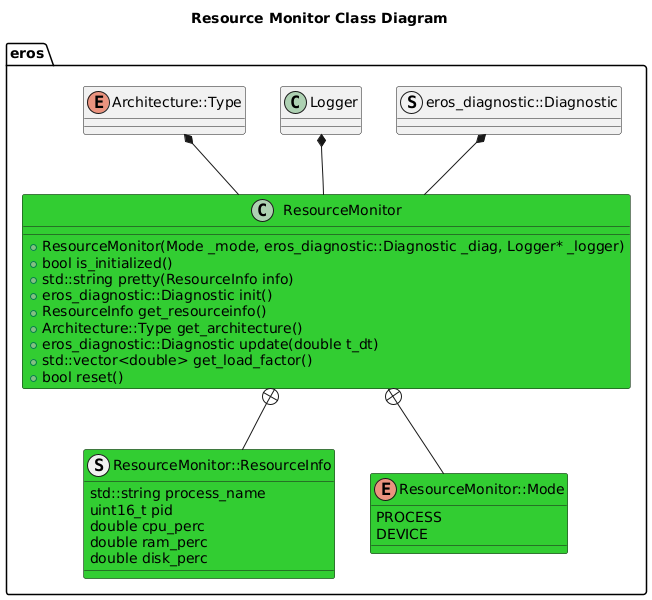
Above: include/eros/doc/output/ResourceMonitorClassDiagram.png in dgitz/eros (PlantUML), before the change. Its diagram source:
```plantuml
@startuml
title Resource Monitor Class Diagram
package eros {

    struct ResourceMonitor::ResourceInfo
    enum ResourceMonitor::Mode
    together {
        struct eros_diagnostic::Diagnostic
        class Logger
        enum Architecture::Type
    }
    ResourceMonitor +-- ResourceMonitor::ResourceInfo
    ResourceMonitor +-- ResourceMonitor::Mode
    Logger *-- ResourceMonitor
    Architecture::Type *-- ResourceMonitor
    eros_diagnostic::Diagnostic *-- ResourceMonitor
    struct ResourceMonitor::ResourceInfo #LimeGreen {
        std::string process_name
        uint16_t pid
        double cpu_perc
        double ram_perc
        double disk_perc
    }
    enum ResourceMonitor::Mode #LimeGreen {
        PROCESS
        DEVICE
    }
    class ResourceMonitor #LimeGreen {
        +ResourceMonitor(Mode _mode, eros_diagnostic::Diagnostic _diag, Logger* _logger)
        +bool is_initialized()
        +std::string pretty(ResourceInfo info)
        +eros_diagnostic::Diagnostic init()
        +ResourceInfo get_resourceinfo()
        +Architecture::Type get_architecture()
        +eros_diagnostic::Diagnostic update(double t_dt)
        +std::vector<double> get_load_factor()
        +bool reset()

    }
}
@enduml
```
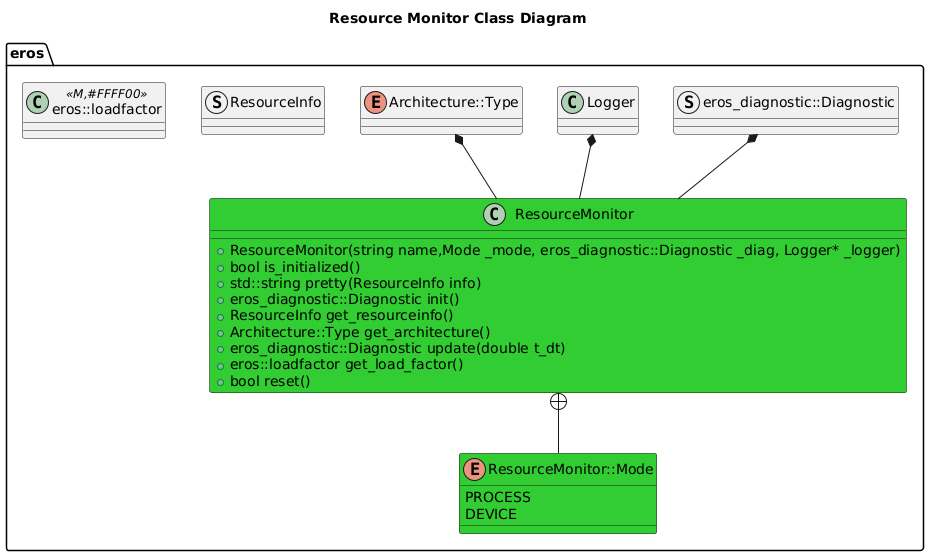
The same diagram one commit later.

Diff of the diagram source:
```diff
@@ -2,38 +2,32 @@
 title Resource Monitor Class Diagram
 package eros {
 
-    struct ResourceMonitor::ResourceInfo
+    struct ResourceInfo
+    class eros::loadfactor <<M,#FFFF00>>
     enum ResourceMonitor::Mode
     together {
         struct eros_diagnostic::Diagnostic
         class Logger
         enum Architecture::Type
     }
-    ResourceMonitor +-- ResourceMonitor::ResourceInfo
     ResourceMonitor +-- ResourceMonitor::Mode
     Logger *-- ResourceMonitor
     Architecture::Type *-- ResourceMonitor
     eros_diagnostic::Diagnostic *-- ResourceMonitor
-    struct ResourceMonitor::ResourceInfo #LimeGreen {
-        std::string process_name
-        uint16_t pid
-        double cpu_perc
-        double ram_perc
-        double disk_perc
-    }
+
     enum ResourceMonitor::Mode #LimeGreen {
         PROCESS
         DEVICE
     }
     class ResourceMonitor #LimeGreen {
-        +ResourceMonitor(Mode _mode, eros_diagnostic::Diagnostic _diag, Logger* _logger)
+        +ResourceMonitor(string name,Mode _mode, eros_diagnostic::Diagnostic _diag, Logger* _logger)
         +bool is_initialized()
         +std::string pretty(ResourceInfo info)
         +eros_diagnostic::Diagnostic init()
         +ResourceInfo get_resourceinfo()
         +Architecture::Type get_architecture()
         +eros_diagnostic::Diagnostic update(double t_dt)
-        +std::vector<double> get_load_factor()
+        +eros::loadfactor get_load_factor()
         +bool reset()
 
     }
```
